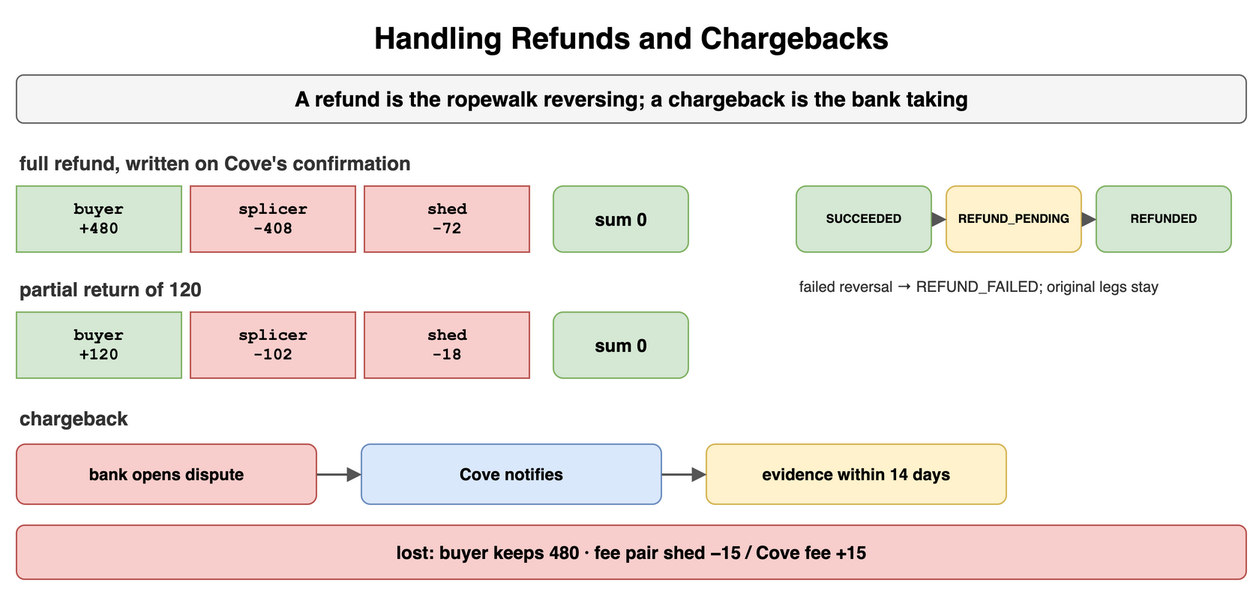
Above: content/09_System_Design_Interview/23_Payment_and_Financial_Systems/diagrams/payments-6-handling-refunds-and-chargebacks.png in amendez13/swe-study-guide (draw.io), before the change. Source tidied: cells renumbered, new cells last; positions are measured from the earlier drawing's top-left corner, leaving out a move shared by most shapes.
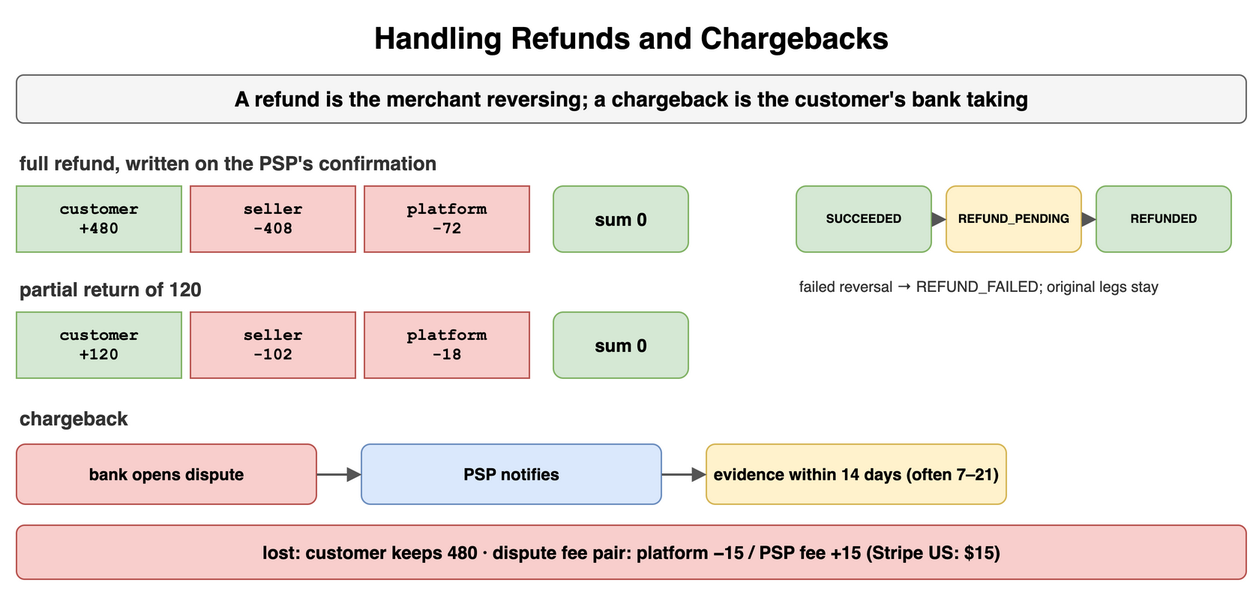
After the commit.

Change to the diagram source:
```diff
@@ -5,19 +5,19 @@
     <mxCell id="2" value="Handling Refunds and Chargebacks" style="text;html=1;align=center;verticalAlign=middle;whiteSpace=wrap;fontSize=20;fontStyle=1;" parent="1" vertex="1">
       <mxGeometry width="820" height="30" as="geometry" />
     </mxCell>
-    <mxCell id="3" value="A refund is the ropewalk reversing; a chargeback is the bank taking" style="rounded=1;whiteSpace=wrap;html=1;fillColor=#f5f5f5;strokeColor=#666666;fontStyle=1;fontSize=14;" parent="1" vertex="1">
+    <mxCell id="3" value="A refund is the merchant reversing; a chargeback is the customer's bank taking" style="rounded=1;whiteSpace=wrap;html=1;fillColor=#f5f5f5;strokeColor=#666666;fontStyle=1;fontSize=14;" parent="1" vertex="1">
       <mxGeometry y="40" width="820" height="32" as="geometry" />
     </mxCell>
-    <mxCell id="4" value="full refund, written on Cove's confirmation" style="text;html=1;whiteSpace=wrap;fontSize=11;align=left;verticalAlign=middle;fontSize=13;fontColor=#333333;fontStyle=1;" parent="1" vertex="1">
+    <mxCell id="4" value="full refund, written on the PSP's confirmation" style="text;html=1;whiteSpace=wrap;fontSize=11;align=left;verticalAlign=middle;fontSize=13;fontColor=#333333;fontStyle=1;" parent="1" vertex="1">
       <mxGeometry y="90" width="500" height="18" as="geometry" />
     </mxCell>
-    <mxCell id="5" value="buyer&lt;br&gt;+480" style="rounded=0;whiteSpace=wrap;html=1;fontFamily=Courier New;fontStyle=1;fontSize=13;fillColor=#d5e8d4;strokeColor=#82b366;fontSize=11;" parent="1" vertex="1">
+    <mxCell id="5" value="customer&lt;br&gt;+480" style="rounded=0;whiteSpace=wrap;html=1;fontFamily=Courier New;fontStyle=1;fontSize=13;fillColor=#d5e8d4;strokeColor=#82b366;fontSize=11;" parent="1" vertex="1">
       <mxGeometry y="114" width="110" height="44" as="geometry" />
     </mxCell>
-    <mxCell id="6" value="splicer&lt;br&gt;-408" style="rounded=0;whiteSpace=wrap;html=1;fontFamily=Courier New;fontStyle=1;fontSize=13;fillColor=#f8cecc;strokeColor=#b85450;fontSize=11;" parent="1" vertex="1">
+    <mxCell id="6" value="seller&lt;br&gt;-408" style="rounded=0;whiteSpace=wrap;html=1;fontFamily=Courier New;fontStyle=1;fontSize=13;fillColor=#f8cecc;strokeColor=#b85450;fontSize=11;" parent="1" vertex="1">
       <mxGeometry x="116" y="114" width="110" height="44" as="geometry" />
     </mxCell>
-    <mxCell id="7" value="shed&lt;br&gt;-72" style="rounded=0;whiteSpace=wrap;html=1;fontFamily=Courier New;fontStyle=1;fontSize=13;fillColor=#f8cecc;strokeColor=#b85450;fontSize=11;" parent="1" vertex="1">
+    <mxCell id="7" value="platform&lt;br&gt;-72" style="rounded=0;whiteSpace=wrap;html=1;fontFamily=Courier New;fontStyle=1;fontSize=13;fillColor=#f8cecc;strokeColor=#b85450;fontSize=11;" parent="1" vertex="1">
       <mxGeometry x="232" y="114" width="110" height="44" as="geometry" />
     </mxCell>
     <mxCell id="8" value="sum 0" style="rounded=1;whiteSpace=wrap;html=1;fillColor=#d5e8d4;strokeColor=#82b366;fontSize=12;align=center;fontStyle=1;" parent="1" vertex="1">
@@ -26,13 +26,13 @@
     <mxCell id="9" value="partial return of 120" style="text;html=1;whiteSpace=wrap;fontSize=11;align=left;verticalAlign=middle;fontSize=13;fontColor=#333333;fontStyle=1;" parent="1" vertex="1">
       <mxGeometry y="174" width="500" height="18" as="geometry" />
     </mxCell>
-    <mxCell id="10" value="buyer&lt;br&gt;+120" style="rounded=0;whiteSpace=wrap;html=1;fontFamily=Courier New;fontStyle=1;fontSize=13;fillColor=#d5e8d4;strokeColor=#82b366;fontSize=11;" parent="1" vertex="1">
+    <mxCell id="10" value="customer&lt;br&gt;+120" style="rounded=0;whiteSpace=wrap;html=1;fontFamily=Courier New;fontStyle=1;fontSize=13;fillColor=#d5e8d4;strokeColor=#82b366;fontSize=11;" parent="1" vertex="1">
       <mxGeometry y="198" width="110" height="44" as="geometry" />
     </mxCell>
-    <mxCell id="11" value="splicer&lt;br&gt;-102" style="rounded=0;whiteSpace=wrap;html=1;fontFamily=Courier New;fontStyle=1;fontSize=13;fillColor=#f8cecc;strokeColor=#b85450;fontSize=11;" parent="1" vertex="1">
+    <mxCell id="11" value="seller&lt;br&gt;-102" style="rounded=0;whiteSpace=wrap;html=1;fontFamily=Courier New;fontStyle=1;fontSize=13;fillColor=#f8cecc;strokeColor=#b85450;fontSize=11;" parent="1" vertex="1">
       <mxGeometry x="116" y="198" width="110" height="44" as="geometry" />
     </mxCell>
-    <mxCell id="12" value="shed&lt;br&gt;-18" style="rounded=0;whiteSpace=wrap;html=1;fontFamily=Courier New;fontStyle=1;fontSize=13;fillColor=#f8cecc;strokeColor=#b85450;fontSize=11;" parent="1" vertex="1">
+    <mxCell id="12" value="platform&lt;br&gt;-18" style="rounded=0;whiteSpace=wrap;html=1;fontFamily=Courier New;fontStyle=1;fontSize=13;fillColor=#f8cecc;strokeColor=#b85450;fontSize=11;" parent="1" vertex="1">
       <mxGeometry x="232" y="198" width="110" height="44" as="geometry" />
     </mxCell>
     <mxCell id="13" value="sum 0" style="rounded=1;whiteSpace=wrap;html=1;fillColor=#d5e8d4;strokeColor=#82b366;fontSize=12;align=center;fontStyle=1;" parent="1" vertex="1">
@@ -62,10 +62,10 @@
     <mxCell id="21" value="bank opens dispute" style="rounded=1;whiteSpace=wrap;html=1;fillColor=#f8cecc;strokeColor=#b85450;fontSize=11;align=center;fontStyle=1;" parent="1" vertex="1">
       <mxGeometry y="286" width="200" height="40" as="geometry" />
     </mxCell>
-    <mxCell id="22" value="Cove notifies" style="rounded=1;whiteSpace=wrap;html=1;fillColor=#dae8fc;strokeColor=#6c8ebf;fontSize=11;align=center;fontStyle=1;" parent="1" vertex="1">
+    <mxCell id="22" value="PSP notifies" style="rounded=1;whiteSpace=wrap;html=1;fillColor=#dae8fc;strokeColor=#6c8ebf;fontSize=11;align=center;fontStyle=1;" parent="1" vertex="1">
       <mxGeometry x="230" y="286" width="200" height="40" as="geometry" />
     </mxCell>
-    <mxCell id="23" value="evidence within 14 days" style="rounded=1;whiteSpace=wrap;html=1;fillColor=#fff2cc;strokeColor=#d6b656;fontSize=11;align=center;fontStyle=1;" parent="1" vertex="1">
+    <mxCell id="23" value="evidence within 14 days (often 7–21)" style="rounded=1;whiteSpace=wrap;html=1;fillColor=#fff2cc;strokeColor=#d6b656;fontSize=11;align=center;fontStyle=1;" parent="1" vertex="1">
       <mxGeometry x="460" y="286" width="200" height="40" as="geometry" />
     </mxCell>
     <mxCell id="24" style="endArrow=block;endSize=6;html=1;strokeWidth=1.5;strokeColor=#555555;fontSize=11;labelBackgroundColor=#ffffff;" parent="1" edge="1" source="21" target="22">
@@ -74,7 +74,7 @@
     <mxCell id="25" style="endArrow=block;endSize=6;html=1;strokeWidth=1.5;strokeColor=#555555;fontSize=11;labelBackgroundColor=#ffffff;" parent="1" edge="1" source="22" target="23">
       <mxGeometry relative="1" as="geometry" />
     </mxCell>
-    <mxCell id="26" value="lost: buyer keeps 480 · fee pair shed −15 / Cove fee +15" style="rounded=1;whiteSpace=wrap;html=1;fillColor=#f8cecc;strokeColor=#b85450;fontSize=12;align=center;fontStyle=1;" parent="1" vertex="1">
+    <mxCell id="26" value="lost: customer keeps 480 · dispute fee pair: platform −15 / PSP fee +15 (Stripe US: $15)" style="rounded=1;whiteSpace=wrap;html=1;fillColor=#f8cecc;strokeColor=#b85450;fontSize=12;align=center;fontStyle=1;" parent="1" vertex="1">
       <mxGeometry y="340" width="820" height="36" as="geometry" />
     </mxCell>
   </root>
```
